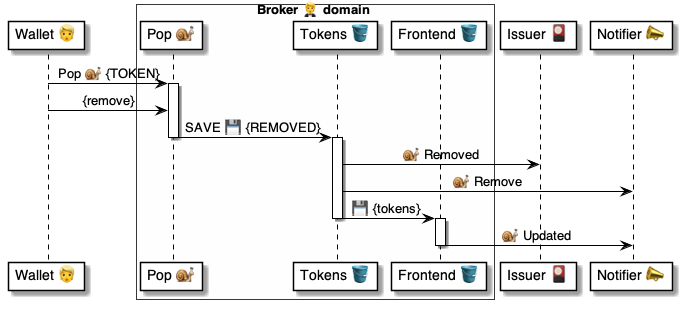
This is 4 ⚙️ Solution/20 🧑‍🦰 UI/Brokers 🤵/🤵🪣 Broker tables/Tokens 🎫 table/🪣🧱 50 Remove ⏩ flow/🤵 Broker.Tokens.Remove ⚙️ uml.png from pollyweb-org/pollyweb-docs, a PlantUML export, as it was before one commit. Its source is kept beside it as 4 ⚙️ Solution/20 🧑‍🦰 UI/Brokers 🤵/🤵🪣 Broker tables/Tokens 🎫 table/🪣🧱 50 Remove ⏩ flow/🤵 Broker.Tokens.Remove ⚙️ uml.puml. The source it was exported from:
```plantuml
@startuml Broker.Tokens.Updates

participant "Wallet 👱" as wallet
box Broker 🤵 domain #FFFFFA
    participant "Pop 🐌" as pop
    participant "Tokens 🪣" as tokens
    participant "Frontend 🪣" as frontend
end box
participant "Issuer 🎴" as issuer
participant "Notifier 📣" as notifier

wallet -> pop: Pop 🐌 {TOKEN}

activate pop
    wallet -> pop: {remove}
    pop -> tokens: SAVE 💾 {REMOVED}
deactivate pop


activate tokens
    tokens -> issuer: 🐌 Removed
    tokens -> notifier: 🐌 Remove
    tokens -> frontend: 💾 {tokens}
deactivate tokens

activate frontend
    frontend -> notifier: 🐌 Updated
deactivate frontend

@enduml
```
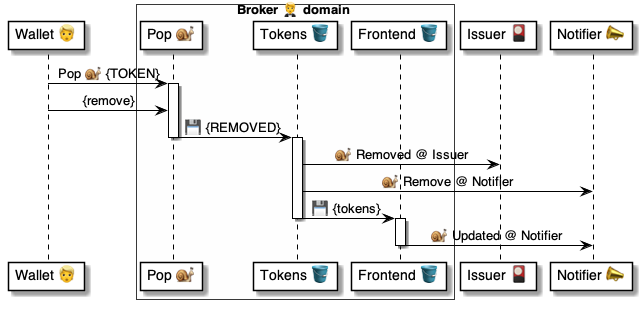
After the commit.

What changed in the source:
```diff
@@ -13,18 +13,18 @@
 
 activate pop
     wallet -> pop: {remove}
-    pop -> tokens: SAVE 💾 {REMOVED}
+    pop -> tokens: 💾 {REMOVED}
 deactivate pop
 
 
 activate tokens
-    tokens -> issuer: 🐌 Removed
-    tokens -> notifier: 🐌 Remove
+    tokens -> issuer: 🐌 Removed @ Issuer
+    tokens -> notifier: 🐌 Remove @ Notifier
     tokens -> frontend: 💾 {tokens}
 deactivate tokens
 
 activate frontend
-    frontend -> notifier: 🐌 Updated
+    frontend -> notifier: 🐌 Updated @ Notifier
 deactivate frontend
 
 @enduml
```
